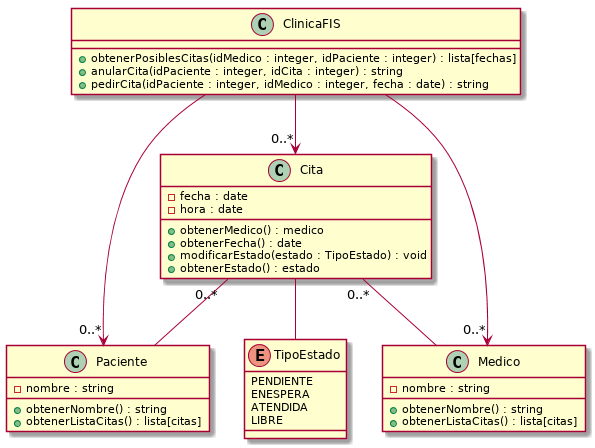
Before: P4/DiagramaDeClases.png, a diagram exported from PlantUML (Ludvins/DGIIM_FIS).
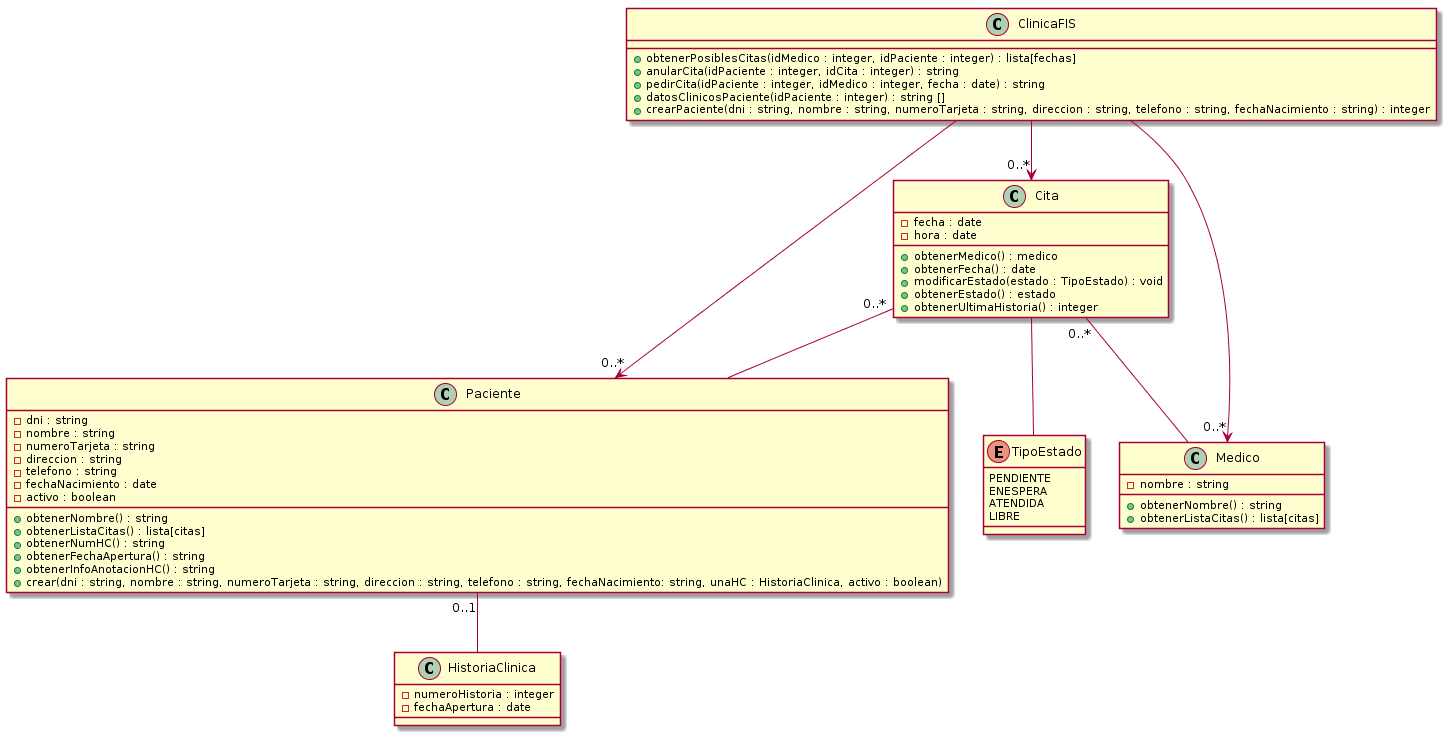
Later version of the same file.

Change to the diagram source:
```diff
@@ -1,9 +1,19 @@
 @startuml
 
 class Paciente {
+- dni : string
 - nombre : string
+- numeroTarjeta : string
+- direccion : string
+- telefono : string
+- fechaNacimiento : date
+- activo : boolean
 + obtenerNombre() : string
 + obtenerListaCitas() : lista[citas]
++ obtenerNumHC() : string
++ obtenerFechaApertura() : string
++ obtenerInfoAnotacionHC() : string
++ crear(dni : string, nombre : string, numeroTarjeta : string, direccion : string, telefono : string, fechaNacimiento: string, unaHC : HistoriaClinica, activo : boolean)
 }
 
 class Cita {
@@ -13,6 +23,7 @@
 + obtenerFecha() : date
 + modificarEstado(estado : TipoEstado) : void
 + obtenerEstado() : estado
++ obtenerUltimaHistoria() : integer
 }
 
 enum TipoEstado {
@@ -33,6 +44,13 @@
 + obtenerPosiblesCitas(idMedico : integer, idPaciente : integer) : lista[fechas]
 + anularCita(idPaciente : integer, idCita : integer) : string
 + pedirCita(idPaciente : integer, idMedico : integer, fecha : date) : string
++ datosClinicosPaciente(idPaciente : integer) : string []
++ crearPaciente(dni : string, nombre : string, numeroTarjeta : string, direccion : string, telefono : string, fechaNacimiento : string) : integer
+}
+
+class HistoriaClinica {
+- numeroHistoria : integer
+- fechaApertura : date
 }
 
 Cita "0..*"-- Paciente
@@ -41,4 +59,5 @@
 ClinicaFIS -->"0..*" Paciente
 ClinicaFIS -->"0..*" Medico
 ClinicaFIS -->"0..*" Cita
+Paciente "0..1" -- HistoriaClinica
 @enduml
```
